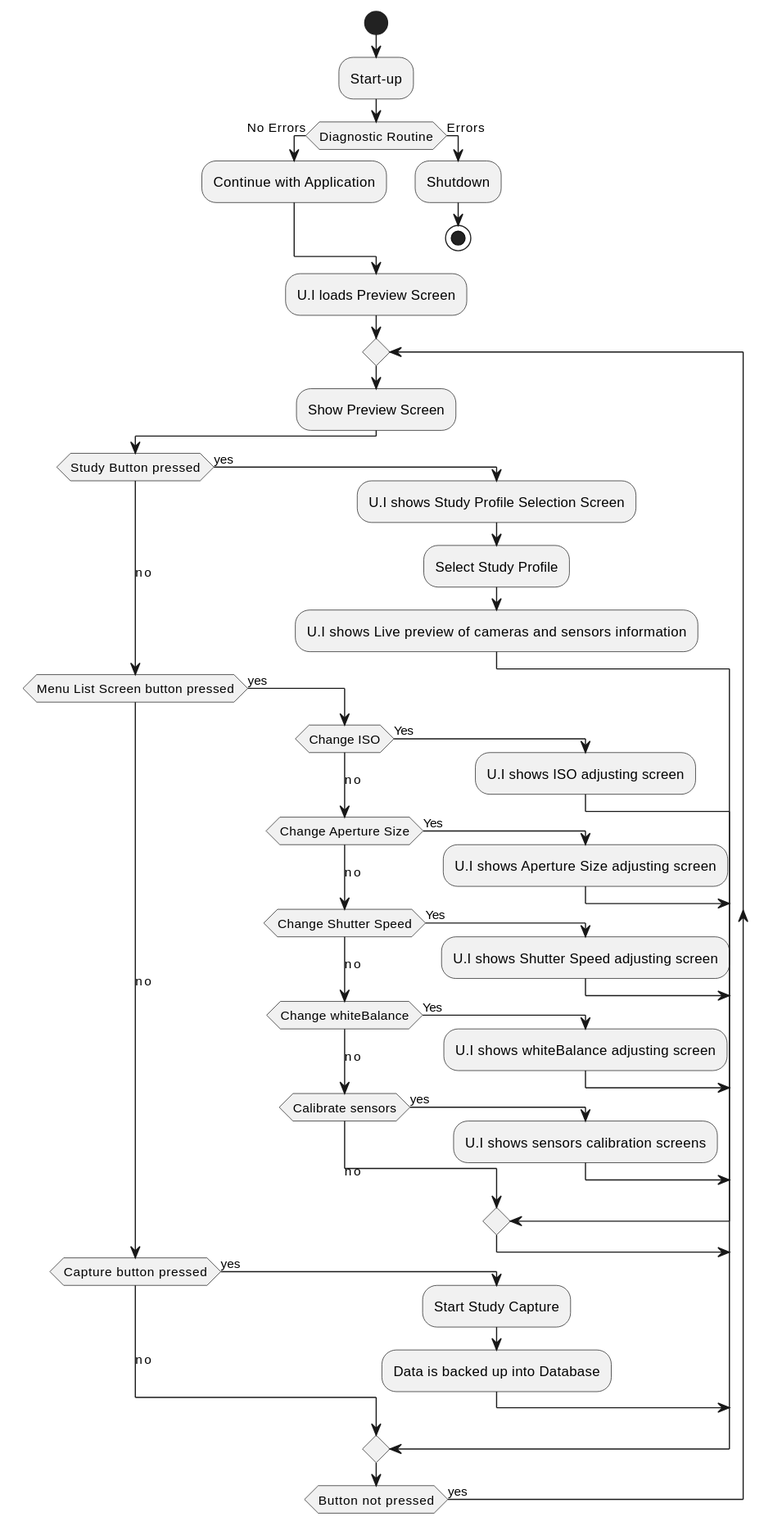
Before: Final_Report_Document/Appendix/Design_Documentation/Activity_Diagram/Figures/activity.svg, a diagram exported from PlantUML (fabiomatos999/M.O.S.I.S).
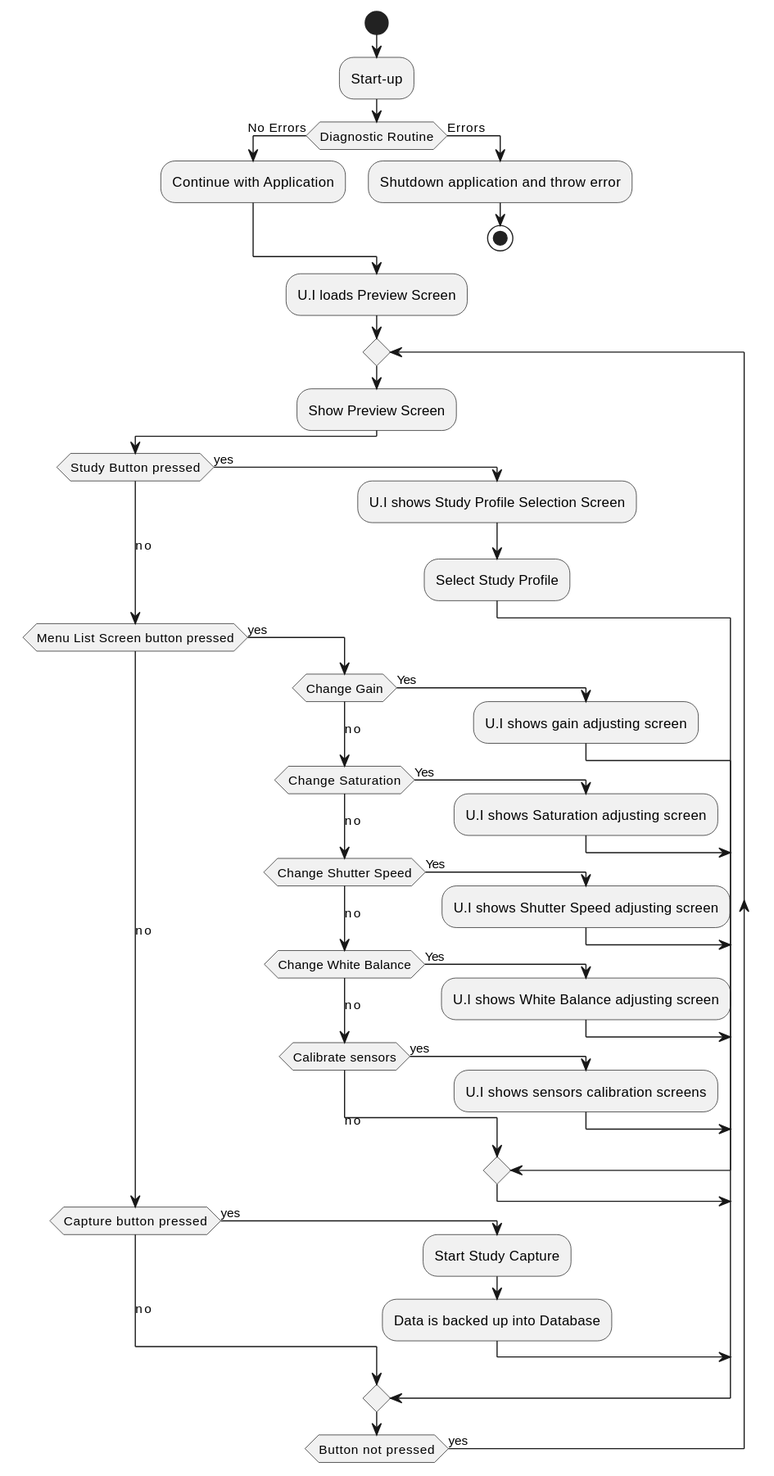
After the change.

Commit message:
Fix ER, activity and sequence diagrams.

What changed in the source:
```diff
@@ -5,7 +5,7 @@
 if(Diagnostic Routine) then (No Errors)
 :Continue with Application;
 else (Errors)
-:Shutdown;
+:Shutdown application and throw error;
 stop
 endif
 :U.I loads Preview Screen;
@@ -14,17 +14,16 @@
 if(Study Button pressed) then (yes)
  :U.I shows Study Profile Selection Screen;
  :Select Study Profile;
- :U.I shows Live preview of cameras and sensors information;
 
 (no) elseif (Menu List Screen button pressed) then (yes)
-if(Change ISO) then (Yes)
- :U.I shows ISO adjusting screen;
- (no) elseif(Change Aperture Size) then (Yes)
- :U.I shows Aperture Size adjusting screen;
+if(Change Gain) then (Yes)
+ :U.I shows gain adjusting screen;
+ (no) elseif(Change Saturation) then (Yes)
+ :U.I shows Saturation adjusting screen;
  (no) elseif(Change Shutter Speed) then (Yes)
  :U.I shows Shutter Speed adjusting screen;
- (no) elseif(Change whiteBalance) then (Yes)
- :U.I shows whiteBalance adjusting screen;
+ (no) elseif(Change White Balance) then (Yes)
+ :U.I shows White Balance adjusting screen;
 (no) elseif (Calibrate sensors) then (yes)
 :U.I shows sensors calibration screens;
 else (no)
```
